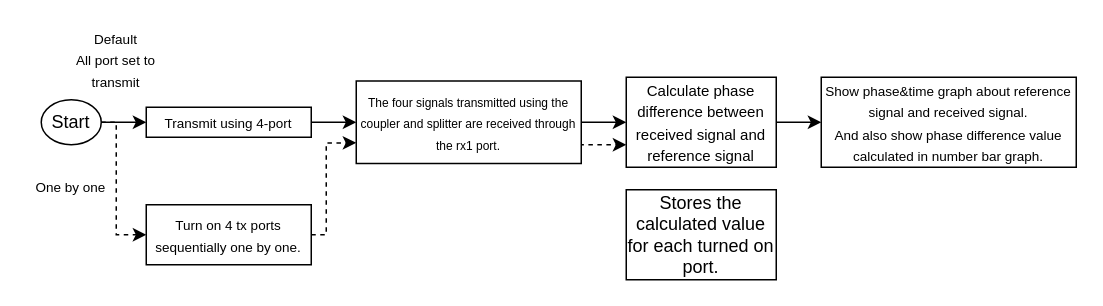
Before: 4-port Sync.drawio in Yoo-jung/Beamforming, a draw.io diagram. Source tidied: cells renumbered, new cells numbered last; positions are measured from the earlier drawing's top-left corner, leaving out a move shared by most shapes. Both pictures are drawn from the tidied source at 150%, with x=0, y=0 at pixel (26, 36).
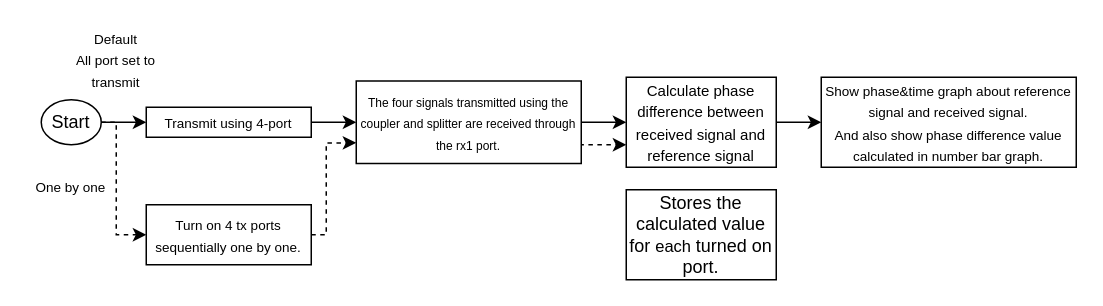
The same page after the edit.

What changed in the source:
```diff
@@
-    <mxCell id="17" value="Stores the calculated value for each turned on port." style="rounded=0;whiteSpace=wrap;html=1;" parent="1" vertex="1">
+    <mxCell id="17" value="Stores the calculated value for &lt;font style=&quot;font-size: 11px;&quot;&gt;each &lt;/font&gt;turned on port." style="rounded=0;whiteSpace=wrap;html=1;" parent="1" vertex="1">
       <mxGeometry x="400" y="102" width="100" height="60" as="geometry" />
     </mxCell>
```
